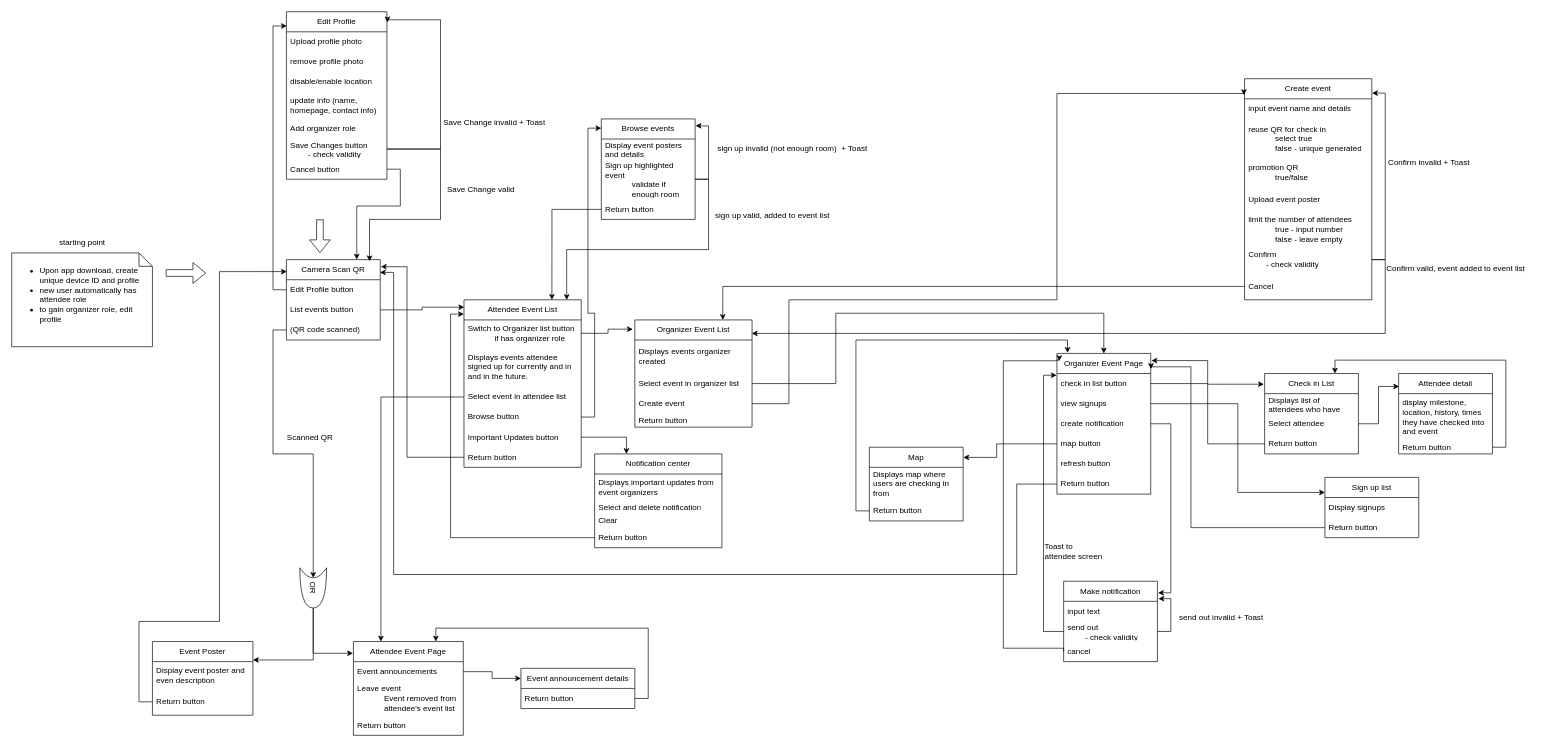
The draw.io diagram Sequences2.drawio in CMPUT301W24T20/Lins-Second-Strongest-Students, before the edit. Source tidied: cells renumbered, new cells numbered last; positions are measured from the earlier drawing's top-left corner, leaving out a move shared by most shapes. Both pictures are drawn from the tidied source at 67%, with x=0, y=0 at pixel (11, 11).
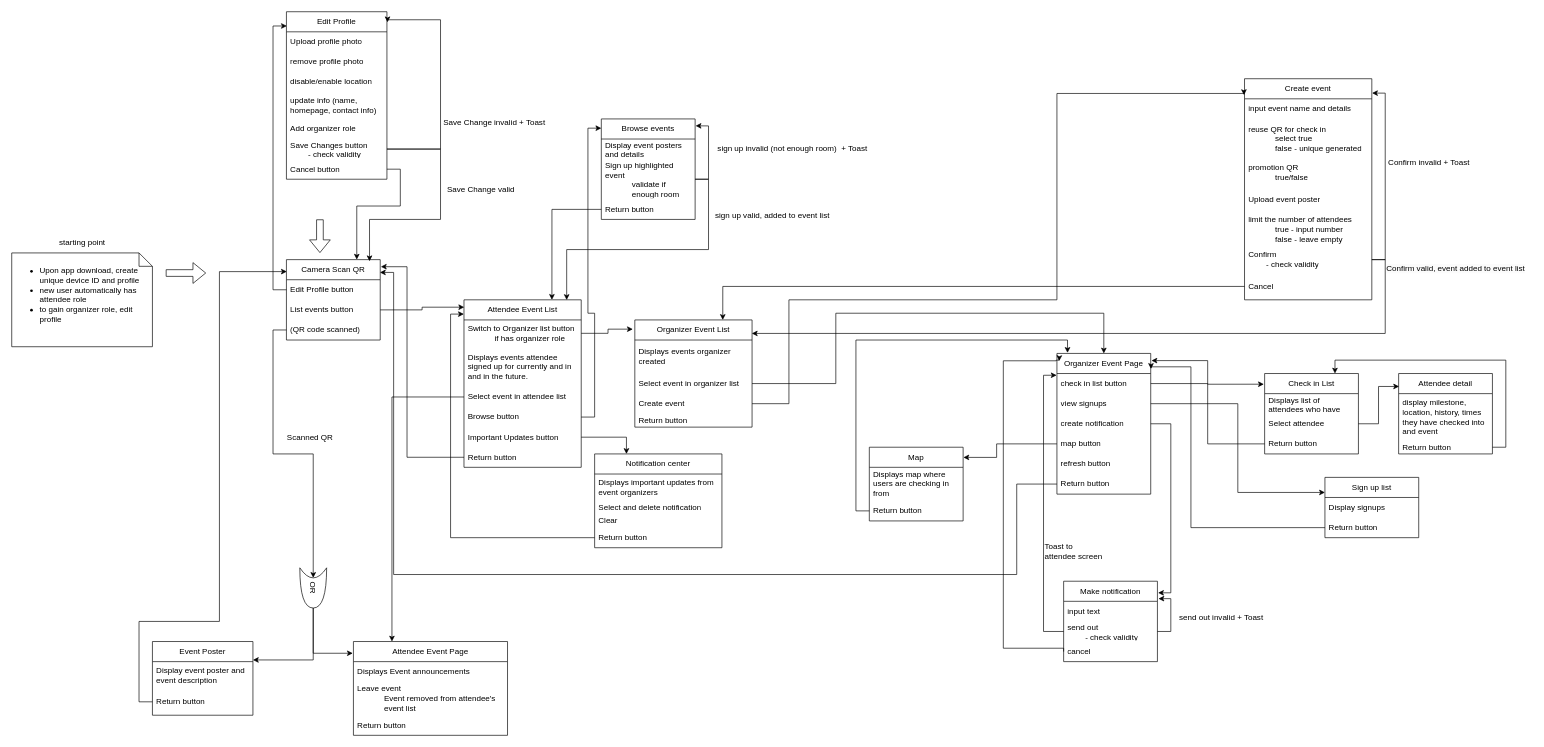
The same diagram, later.

The change refers to these unchanged cells:
```xml
<mxCell id="64" value="Event Poster" style="swimlane;fontStyle=0;horizontal=1;startSize=30;whiteSpace=wrap;html=1;" parent="1" vertex="1">
  <mxGeometry x="210" y="940" width="150" height="110" as="geometry" />
</mxCell>
```

Change to the diagram source:
```diff
@@
     <mxCell id="18" value="Attendee Event Page" style="swimlane;fontStyle=0;horizontal=1;startSize=30;whiteSpace=wrap;html=1;" parent="1" vertex="1">
-      <mxGeometry x="510" y="940" width="164" height="140" as="geometry" />
+      <mxGeometry x="510" y="940" width="230" height="140" as="geometry" />
     </mxCell>
-    <mxCell id="19" value="Event announcements&amp;nbsp;" style="text;strokeColor=none;fillColor=none;align=left;verticalAlign=middle;spacingLeft=4;spacingRight=4;overflow=hidden;points=[[0,0.5],[1,0.5]];portConstraint=eastwest;whiteSpace=wrap;html=1;" parent="18" vertex="1">
-      <mxGeometry y="30" width="164" height="30" as="geometry" />
+    <mxCell id="19" value="Displays Event announcements&amp;nbsp;" style="text;strokeColor=none;fillColor=none;align=left;verticalAlign=middle;spacingLeft=4;spacingRight=4;overflow=hidden;points=[[0,0.5],[1,0.5]];portConstraint=eastwest;whiteSpace=wrap;html=1;" parent="18" vertex="1">
+      <mxGeometry y="30" width="230" height="30" as="geometry" />
     </mxCell>
     <mxCell id="20" value="Leave event&lt;br&gt;&lt;blockquote style=&quot;margin: 0 0 0 40px; border: none; padding: 0px;&quot;&gt;Event removed from attendee's event list&lt;/blockquote&gt;" style="text;strokeColor=none;fillColor=none;align=left;verticalAlign=middle;spacingLeft=4;spacingRight=4;overflow=hidden;whiteSpace=wrap;html=1;" parent="18" vertex="1">
-      <mxGeometry y="60" width="164" height="50" as="geometry" />
+      <mxGeometry y="60" width="230" height="50" as="geometry" />
     </mxCell>
     <mxCell id="21" value="Return button" style="text;strokeColor=none;fillColor=none;align=left;verticalAlign=middle;spacingLeft=4;spacingRight=4;overflow=hidden;whiteSpace=wrap;html=1;" parent="18" vertex="1">
-      <mxGeometry y="110" width="164" height="30" as="geometry" />
+      <mxGeometry y="110" width="230" height="30" as="geometry" />
     </mxCell>
@@
-    <mxCell id="23" style="edgeStyle=orthogonalEdgeStyle;rounded=0;jettySize=auto;html=1;exitX=1;exitY=0.75;exitDx=0;exitDy=0;entryX=0.75;entryY=0;entryDx=0;entryDy=0;" parent="1" edge="1" source="24" target="18">
-      <mxGeometry relative="1" as="geometry">
-        <Array as="points">
-          <mxPoint x="950" y="1025" />
-          <mxPoint x="950" y="920" />
-          <mxPoint x="633" y="920" />
-        </Array>
-      </mxGeometry>
-    </mxCell>
-    <mxCell id="24" value="Event announcement details" style="swimlane;fontStyle=0;horizontal=1;startSize=30;whiteSpace=wrap;html=1;" parent="1" vertex="1">
-      <mxGeometry x="760" y="980" width="170" height="60" as="geometry" />
-    </mxCell>
-    <mxCell id="25" value="Return button" style="text;strokeColor=none;fillColor=none;align=left;verticalAlign=middle;spacingLeft=4;spacingRight=4;overflow=hidden;whiteSpace=wrap;html=1;" parent="24" vertex="1">
-      <mxGeometry y="30" width="170" height="30" as="geometry" />
-    </mxCell>
@@
-    <mxCell id="65" value="Display event poster and even description" style="text;strokeColor=none;fillColor=none;align=left;verticalAlign=middle;spacingLeft=4;spacingRight=4;overflow=hidden;whiteSpace=wrap;html=1;" parent="64" vertex="1">
+    <mxCell id="65" value="Display event poster and event description" style="text;strokeColor=none;fillColor=none;align=left;verticalAlign=middle;spacingLeft=4;spacingRight=4;overflow=hidden;whiteSpace=wrap;html=1;" parent="64" vertex="1">
       <mxGeometry y="30" width="150" height="40" as="geometry" />
     </mxCell>
@@
-    <mxCell id="102" style="edgeStyle=orthogonalEdgeStyle;rounded=0;jettySize=auto;html=1;entryX=0;entryY=0.25;entryDx=0;entryDy=0;" parent="1" edge="1" source="19" target="24">
-      <mxGeometry relative="1" as="geometry" />
-    </mxCell>
```
